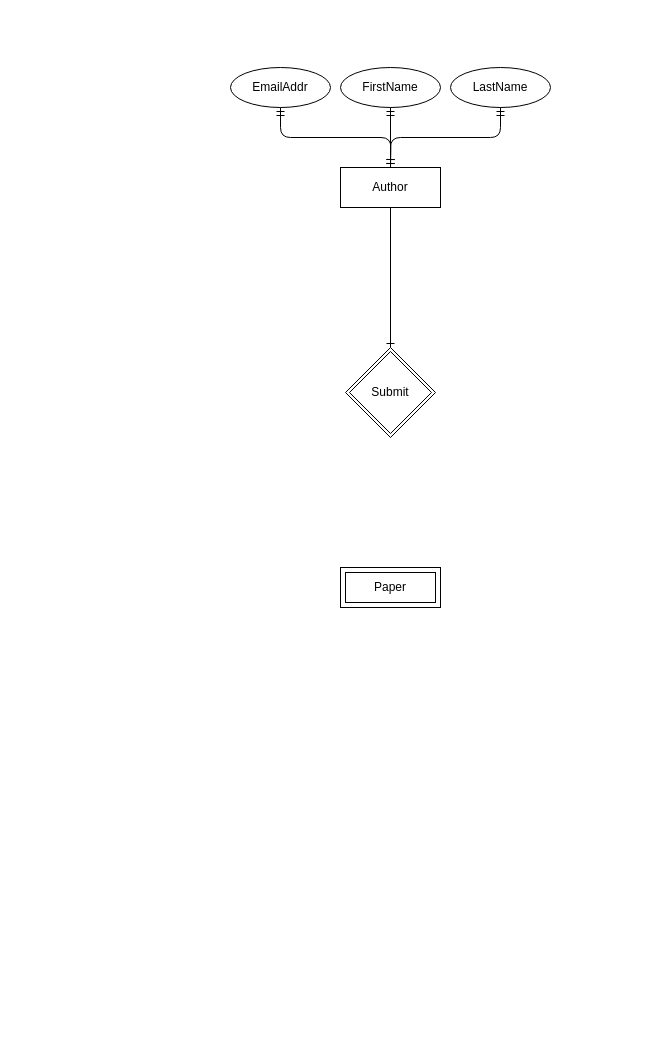
This is basis-data/Tugas BD 1.drawio from Rizqirazkafi/kuliah-y2, a draw.io file, before an edit. Source tidied: cells renumbered, new cells numbered last; positions are measured from the earlier drawing's top-left corner, leaving out a move shared by most shapes. Both pictures are drawn from the tidied source at 100%, with x=0, y=0 at pixel (230, 67).
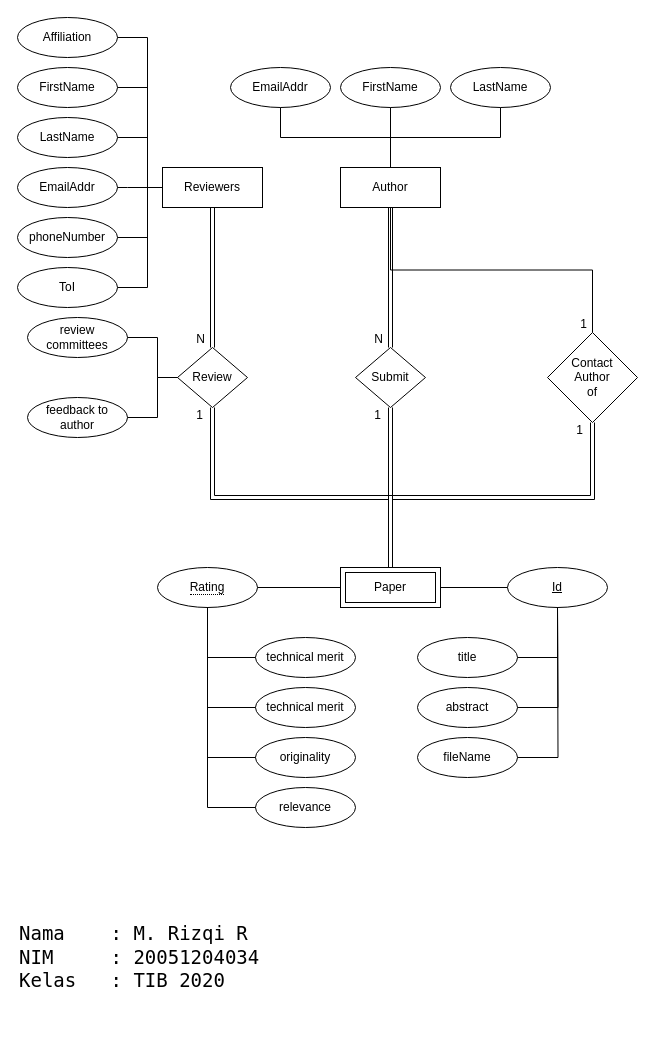
The same page after the edit.

Unchanged cells that the change refers to:
```xml
<mxCell id="2" value="Author" style="whiteSpace=wrap;html=1;align=center;" parent="1" vertex="1">
  <mxGeometry x="110" y="100" width="100" height="40" as="geometry" />
</mxCell>
<mxCell id="3" value="EmailAddr" style="ellipse;whiteSpace=wrap;html=1;align=center;" parent="1" vertex="1">
  <mxGeometry width="100" height="40" as="geometry" />
</mxCell>
<mxCell id="4" value="FirstName" style="ellipse;whiteSpace=wrap;html=1;align=center;" parent="1" vertex="1">
  <mxGeometry x="110" width="100" height="40" as="geometry" />
</mxCell>
<mxCell id="5" value="LastName" style="ellipse;whiteSpace=wrap;html=1;align=center;" parent="1" vertex="1">
  <mxGeometry x="220" width="100" height="40" as="geometry" />
</mxCell>
```

Change to the diagram source:
```diff
@@
-    <mxCell id="6" style="edgeStyle=orthogonalEdgeStyle;fontSize=12;html=1;endArrow=ERmandOne;startArrow=ERmandOne;exitX=0.5;exitY=1;exitDx=0;exitDy=0;" parent="1" edge="1" source="3">
-      <mxGeometry relative="1" as="geometry">
-        <mxPoint x="160" y="100" as="targetPoint" />
-      </mxGeometry>
-    </mxCell>
-    <mxCell id="7" style="fontSize=12;html=1;endArrow=ERmandOne;startArrow=ERmandOne;entryX=0.5;entryY=1;entryDx=0;entryDy=0;exitX=0.5;exitY=0;exitDx=0;exitDy=0;" parent="1" edge="1" source="2" target="4">
-      <mxGeometry relative="1" as="geometry" />
-    </mxCell>
-    <mxCell id="8" style="edgeStyle=orthogonalEdgeStyle;fontSize=12;html=1;endArrow=ERmandOne;startArrow=ERmandOne;exitX=0.5;exitY=0;exitDx=0;exitDy=0;entryX=0.5;entryY=1;entryDx=0;entryDy=0;" parent="1" edge="1" source="2" target="5">
-      <mxGeometry relative="1" as="geometry" />
-    </mxCell>
+    <mxCell id="11" value="Paper" style="shape=ext;margin=3;double=1;whiteSpace=wrap;html=1;align=center;" parent="1" vertex="1">
+      <mxGeometry x="110" y="500" width="100" height="40" as="geometry" />
+    </mxCell>
+    <mxCell id="12" style="endArrow=none;html=1;rounded=0;exitX=0.5;exitY=1;exitDx=0;exitDy=0;entryX=0.5;entryY=0;entryDx=0;entryDy=0;edgeStyle=orthogonalEdgeStyle;" parent="1" edge="1" source="3" target="2">
+      <mxGeometry relative="1" as="geometry" />
+    </mxCell>
+    <mxCell id="13" style="endArrow=none;html=1;rounded=0;exitX=0.5;exitY=1;exitDx=0;exitDy=0;" parent="1" edge="1" source="4">
+      <mxGeometry relative="1" as="geometry">
+        <mxPoint x="160" y="100" as="targetPoint" />
+      </mxGeometry>
+    </mxCell>
+    <mxCell id="14" style="endArrow=none;html=1;rounded=0;exitX=0.5;exitY=1;exitDx=0;exitDy=0;entryX=0.5;entryY=0;entryDx=0;entryDy=0;edgeStyle=orthogonalEdgeStyle;" parent="1" edge="1" source="5" target="2">
+      <mxGeometry relative="1" as="geometry" />
+    </mxCell>
+    <mxCell id="10" style="shape=link;html=1;rounded=0;startArrow=oval;startFill=1;endArrow=oval;endFill=1;exitX=0.5;exitY=1;exitDx=0;exitDy=0;entryX=0.5;entryY=0;entryDx=0;entryDy=0;" parent="1" edge="1" source="2" target="9">
+      <mxGeometry relative="1" as="geometry" />
+    </mxCell>
+    <mxCell id="15" value="N" style="html=1;align=right;verticalAlign=bottom;spacingRight=7;" parent="10" vertex="1">
+      <mxGeometry x="1" relative="1" as="geometry" />
+    </mxCell>
-    <mxCell id="9" value="Submit" style="shape=rhombus;double=1;perimeter=rhombusPerimeter;whiteSpace=wrap;html=1;align=center;" parent="1" vertex="1">
-      <mxGeometry x="115" y="280" width="90" height="90" as="geometry" />
+    <mxCell id="9" value="Submit" style="shape=rhombus;perimeter=rhombusPerimeter;whiteSpace=wrap;html=1;align=center;" parent="1" vertex="1">
+      <mxGeometry x="125" y="280" width="70" height="60" as="geometry" />
     </mxCell>
-    <mxCell id="10" style="fontSize=12;html=1;endArrow=ERone;endFill=1;exitX=0.5;exitY=1;exitDx=0;exitDy=0;entryX=0.5;entryY=0;entryDx=0;entryDy=0;" parent="1" edge="1" source="2" target="9">
-      <mxGeometry relative="1" as="geometry" />
-    </mxCell>
-    <mxCell id="11" value="Paper" style="shape=ext;margin=3;double=1;whiteSpace=wrap;html=1;align=center;" parent="1" vertex="1">
-      <mxGeometry x="110" y="500" width="100" height="40" as="geometry" />
-    </mxCell>
+    <mxCell id="16" value="&lt;div&gt;Contact &lt;br&gt;&lt;/div&gt;&lt;div&gt;Author&lt;/div&gt;&lt;div&gt; of&lt;/div&gt;" style="shape=rhombus;perimeter=rhombusPerimeter;whiteSpace=wrap;html=1;align=center;" parent="1" vertex="1">
+      <mxGeometry x="317" y="265" width="90" height="90" as="geometry" />
+    </mxCell>
+    <mxCell id="17" style="endArrow=none;html=1;rounded=0;exitX=0.5;exitY=1;exitDx=0;exitDy=0;entryX=0.5;entryY=0;entryDx=0;entryDy=0;edgeStyle=orthogonalEdgeStyle;" parent="1" edge="1" source="2" target="16">
+      <mxGeometry relative="1" as="geometry" />
+    </mxCell>
+    <mxCell id="18" value="1" style="html=1;align=right;verticalAlign=bottom;spacingRight=5;" parent="17" vertex="1">
+      <mxGeometry x="1" relative="1" as="geometry" />
+    </mxCell>
+    <mxCell id="19" style="shape=link;html=1;rounded=0;startArrow=oval;startFill=1;endArrow=oval;endFill=1;exitX=0.5;exitY=0;exitDx=0;exitDy=0;entryX=0.5;entryY=1;entryDx=0;entryDy=0;" parent="1" edge="1" source="11" target="9">
+      <mxGeometry relative="1" as="geometry" />
+    </mxCell>
+    <mxCell id="20" value="1" style="html=1;align=right;verticalAlign=bottom;spacingBottom=-16;spacingRight=9;" parent="19" vertex="1">
+      <mxGeometry x="1" relative="1" as="geometry" />
+    </mxCell>
+    <mxCell id="21" style="shape=link;html=1;rounded=0;startArrow=oval;startFill=1;endArrow=oval;endFill=1;exitX=0.5;exitY=0;exitDx=0;exitDy=0;entryX=0.5;entryY=1;entryDx=0;entryDy=0;edgeStyle=orthogonalEdgeStyle;" parent="1" edge="1" target="16">
+      <mxGeometry relative="1" as="geometry">
+        <mxPoint x="160" y="500" as="sourcePoint" />
+        <Array as="points">
+          <mxPoint x="160" y="430" />
+          <mxPoint x="362" y="430" />
+        </Array>
+      </mxGeometry>
+    </mxCell>
+    <mxCell id="22" value="1" style="html=1;align=right;verticalAlign=bottom;spacingTop=0;spacingBottom=-16;spacingRight=9;" parent="21" vertex="1">
+      <mxGeometry x="1" relative="1" as="geometry" />
+    </mxCell>
+    <mxCell id="23" value="&lt;div&gt;Review&lt;/div&gt;" style="shape=rhombus;perimeter=rhombusPerimeter;whiteSpace=wrap;html=1;align=center;" parent="1" vertex="1">
+      <mxGeometry x="-53" y="280" width="70" height="60" as="geometry" />
+    </mxCell>
+    <mxCell id="24" value="Id" style="ellipse;whiteSpace=wrap;html=1;align=center;fontStyle=4;" parent="1" vertex="1">
+      <mxGeometry x="277" y="500" width="100" height="40" as="geometry" />
+    </mxCell>
+    <mxCell id="25" value="title" style="ellipse;whiteSpace=wrap;html=1;align=center;" parent="1" vertex="1">
+      <mxGeometry x="187" y="570" width="100" height="40" as="geometry" />
+    </mxCell>
+    <mxCell id="26" value="abstract" style="ellipse;whiteSpace=wrap;html=1;align=center;" parent="1" vertex="1">
+      <mxGeometry x="187" y="620" width="100" height="40" as="geometry" />
+    </mxCell>
+    <mxCell id="27" value="fileName" style="ellipse;whiteSpace=wrap;html=1;align=center;" parent="1" vertex="1">
+      <mxGeometry x="187" y="670" width="100" height="40" as="geometry" />
+    </mxCell>
+    <mxCell id="28" value="technical merit" style="ellipse;whiteSpace=wrap;html=1;align=center;" parent="1" vertex="1">
+      <mxGeometry x="25" y="570" width="100" height="40" as="geometry" />
+    </mxCell>
+    <mxCell id="29" value="&lt;span style=&quot;border-bottom: 1px dotted&quot;&gt;Rating&lt;br&gt;&lt;/span&gt;" style="ellipse;whiteSpace=wrap;html=1;align=center;" parent="1" vertex="1">
+      <mxGeometry x="-73" y="500" width="100" height="40" as="geometry" />
+    </mxCell>
+    <mxCell id="30" value="technical merit" style="ellipse;whiteSpace=wrap;html=1;align=center;" parent="1" vertex="1">
+      <mxGeometry x="25" y="620" width="100" height="40" as="geometry" />
+    </mxCell>
+    <mxCell id="31" value="originality" style="ellipse;whiteSpace=wrap;html=1;align=center;" parent="1" vertex="1">
+      <mxGeometry x="25" y="670" width="100" height="40" as="geometry" />
+    </mxCell>
+    <mxCell id="32" value="relevance" style="ellipse;whiteSpace=wrap;html=1;align=center;" parent="1" vertex="1">
+      <mxGeometry x="25" y="720" width="100" height="40" as="geometry" />
+    </mxCell>
+    <mxCell id="33" style="endArrow=none;html=1;rounded=0;exitX=1;exitY=0.5;exitDx=0;exitDy=0;entryX=0;entryY=0.5;entryDx=0;entryDy=0;" parent="1" edge="1" source="11" target="24">
+      <mxGeometry relative="1" as="geometry" />
+    </mxCell>
+    <mxCell id="34" style="endArrow=none;html=1;rounded=0;exitX=0;exitY=0.5;exitDx=0;exitDy=0;entryX=1;entryY=0.5;entryDx=0;entryDy=0;edgeStyle=orthogonalEdgeStyle;" parent="1" edge="1" source="11" target="29">
+      <mxGeometry relative="1" as="geometry" />
+    </mxCell>
+    <mxCell id="35" style="shape=link;html=1;rounded=0;startArrow=oval;startFill=1;endArrow=oval;endFill=1;exitX=0.5;exitY=0;exitDx=0;exitDy=0;entryX=0.5;entryY=1;entryDx=0;entryDy=0;edgeStyle=orthogonalEdgeStyle;" parent="1" edge="1" target="23">
+      <mxGeometry relative="1" as="geometry">
+        <mxPoint x="160" y="500" as="sourcePoint" />
+        <Array as="points">
+          <mxPoint x="160" y="430" />
+          <mxPoint x="-18" y="430" />
+        </Array>
+      </mxGeometry>
+    </mxCell>
+    <mxCell id="36" value="1" style="html=1;align=right;verticalAlign=bottom;spacingBottom=-16;spacingRight=9;" parent="35" vertex="1">
+      <mxGeometry x="1" relative="1" as="geometry" />
+    </mxCell>
+    <mxCell id="37" value="review committees" style="ellipse;whiteSpace=wrap;html=1;align=center;" parent="1" vertex="1">
+      <mxGeometry x="-203" y="250" width="100" height="40" as="geometry" />
+    </mxCell>
+    <mxCell id="38" value="feedback to author" style="ellipse;whiteSpace=wrap;html=1;align=center;" parent="1" vertex="1">
+      <mxGeometry x="-203" y="330" width="100" height="40" as="geometry" />
+    </mxCell>
+    <mxCell id="39" style="endArrow=none;html=1;rounded=0;exitX=1;exitY=0.5;exitDx=0;exitDy=0;entryX=0;entryY=0.5;entryDx=0;entryDy=0;edgeStyle=orthogonalEdgeStyle;" parent="1" edge="1" source="37" target="23">
+      <mxGeometry relative="1" as="geometry">
+        <Array as="points">
+          <mxPoint x="-73" y="270" />
+          <mxPoint x="-73" y="310" />
+        </Array>
+      </mxGeometry>
+    </mxCell>
+    <mxCell id="40" style="endArrow=none;html=1;rounded=0;exitX=1;exitY=0.5;exitDx=0;exitDy=0;entryX=0;entryY=0.5;entryDx=0;entryDy=0;edgeStyle=orthogonalEdgeStyle;" parent="1" edge="1" source="38">
+      <mxGeometry relative="1" as="geometry">
+        <mxPoint x="-53" y="310" as="targetPoint" />
+        <Array as="points">
+          <mxPoint x="-73" y="350" />
+          <mxPoint x="-73" y="310" />
+        </Array>
+      </mxGeometry>
+    </mxCell>
+    <mxCell id="41" value="Reviewers" style="whiteSpace=wrap;html=1;align=center;" parent="1" vertex="1">
+      <mxGeometry x="-68" y="100" width="100" height="40" as="geometry" />
+    </mxCell>
+    <mxCell id="42" value="FirstName" style="ellipse;whiteSpace=wrap;html=1;align=center;" parent="1" vertex="1">
+      <mxGeometry x="-213" width="100" height="40" as="geometry" />
+    </mxCell>
+    <mxCell id="43" value="LastName" style="ellipse;whiteSpace=wrap;html=1;align=center;" parent="1" vertex="1">
+      <mxGeometry x="-213" y="50" width="100" height="40" as="geometry" />
+    </mxCell>
+    <mxCell id="44" value="EmailAddr" style="ellipse;whiteSpace=wrap;html=1;align=center;" parent="1" vertex="1">
+      <mxGeometry x="-213" y="100" width="100" height="40" as="geometry" />
+    </mxCell>
+    <mxCell id="45" value="phoneNumber" style="ellipse;whiteSpace=wrap;html=1;align=center;" parent="1" vertex="1">
+      <mxGeometry x="-213" y="150" width="100" height="40" as="geometry" />
+    </mxCell>
+    <mxCell id="46" value="ToI" style="ellipse;whiteSpace=wrap;html=1;align=center;" parent="1" vertex="1">
+      <mxGeometry x="-213" y="200" width="100" height="40" as="geometry" />
+    </mxCell>
+    <mxCell id="47" style="endArrow=none;html=1;rounded=0;exitX=1;exitY=0.5;exitDx=0;exitDy=0;edgeStyle=orthogonalEdgeStyle;" parent="1" edge="1" source="42" target="41">
+      <mxGeometry relative="1" as="geometry">
+        <Array as="points">
+          <mxPoint x="-83" y="20" />
+          <mxPoint x="-83" y="120" />
+        </Array>
+      </mxGeometry>
+    </mxCell>
+    <mxCell id="48" style="endArrow=none;html=1;rounded=0;exitX=1;exitY=0.5;exitDx=0;exitDy=0;edgeStyle=orthogonalEdgeStyle;" parent="1" edge="1" source="43">
+      <mxGeometry relative="1" as="geometry">
+        <mxPoint x="-68" y="120" as="targetPoint" />
+        <Array as="points">
+          <mxPoint x="-83" y="70" />
+          <mxPoint x="-83" y="120" />
+        </Array>
+      </mxGeometry>
+    </mxCell>
+    <mxCell id="49" style="endArrow=none;html=1;rounded=0;exitX=1;exitY=0.5;exitDx=0;exitDy=0;edgeStyle=orthogonalEdgeStyle;" parent="1" edge="1" source="44">
+      <mxGeometry relative="1" as="geometry">
+        <mxPoint x="-68" y="120" as="targetPoint" />
+        <Array as="points">
+          <mxPoint x="-103" y="120" />
+          <mxPoint x="-103" y="120" />
+        </Array>
+      </mxGeometry>
+    </mxCell>
+    <mxCell id="50" style="endArrow=none;html=1;rounded=0;exitX=1;exitY=0.5;exitDx=0;exitDy=0;edgeStyle=orthogonalEdgeStyle;" parent="1" edge="1" source="45">
+      <mxGeometry relative="1" as="geometry">
+        <mxPoint x="-68" y="120" as="targetPoint" />
+        <Array as="points">
+          <mxPoint x="-83" y="170" />
+          <mxPoint x="-83" y="120" />
+        </Array>
+      </mxGeometry>
+    </mxCell>
+    <mxCell id="51" style="endArrow=none;html=1;rounded=0;exitX=1;exitY=0.5;exitDx=0;exitDy=0;edgeStyle=orthogonalEdgeStyle;" parent="1" edge="1" source="46">
+      <mxGeometry relative="1" as="geometry">
+        <mxPoint x="-68" y="120" as="targetPoint" />
+        <Array as="points">
+          <mxPoint x="-83" y="220" />
+          <mxPoint x="-83" y="120" />
+        </Array>
+      </mxGeometry>
+    </mxCell>
+    <mxCell id="52" value="Affiliation" style="ellipse;whiteSpace=wrap;html=1;align=center;" parent="1" vertex="1">
+      <mxGeometry x="-213" y="-50" width="100" height="40" as="geometry" />
+    </mxCell>
+    <mxCell id="53" style="endArrow=none;html=1;rounded=0;exitX=1;exitY=0.5;exitDx=0;exitDy=0;edgeStyle=orthogonalEdgeStyle;" parent="1" edge="1" source="52">
+      <mxGeometry relative="1" as="geometry">
+        <mxPoint x="-68" y="120" as="targetPoint" />
+        <Array as="points">
+          <mxPoint x="-83" y="-30" />
+          <mxPoint x="-83" y="120" />
+        </Array>
+      </mxGeometry>
+    </mxCell>
+    <mxCell id="54" style="shape=link;html=1;rounded=0;startArrow=oval;startFill=1;endArrow=oval;endFill=1;exitX=0.5;exitY=1;exitDx=0;exitDy=0;entryX=0.5;entryY=0;entryDx=0;entryDy=0;" parent="1" edge="1" source="41" target="23">
+      <mxGeometry relative="1" as="geometry" />
+    </mxCell>
+    <mxCell id="55" value="N" style="html=1;align=right;verticalAlign=bottom;spacingRight=7;" parent="54" vertex="1">
+      <mxGeometry x="1" relative="1" as="geometry" />
+    </mxCell>
+    <mxCell id="56" style="endArrow=none;html=1;rounded=0;exitX=0.5;exitY=1;exitDx=0;exitDy=0;entryX=0;entryY=0.5;entryDx=0;entryDy=0;edgeStyle=orthogonalEdgeStyle;" parent="1" edge="1" source="29" target="28">
+      <mxGeometry relative="1" as="geometry" />
+    </mxCell>
+    <mxCell id="57" style="endArrow=none;html=1;rounded=0;exitX=0.5;exitY=1;exitDx=0;exitDy=0;entryX=0;entryY=0.5;entryDx=0;entryDy=0;edgeStyle=orthogonalEdgeStyle;" parent="1" edge="1" target="30">
+      <mxGeometry relative="1" as="geometry">
+        <mxPoint x="-23" y="540" as="sourcePoint" />
+        <Array as="points">
+          <mxPoint x="-23" y="640" />
+        </Array>
+      </mxGeometry>
+    </mxCell>
+    <mxCell id="58" style="endArrow=none;html=1;rounded=0;exitX=0.5;exitY=1;exitDx=0;exitDy=0;entryX=0;entryY=0.5;entryDx=0;entryDy=0;edgeStyle=orthogonalEdgeStyle;" parent="1" edge="1" target="31">
+      <mxGeometry relative="1" as="geometry">
+        <mxPoint x="-23" y="540" as="sourcePoint" />
+        <Array as="points">
+          <mxPoint x="-23" y="690" />
+        </Array>
+      </mxGeometry>
+    </mxCell>
+    <mxCell id="59" style="endArrow=none;html=1;rounded=0;exitX=0.5;exitY=1;exitDx=0;exitDy=0;entryX=0;entryY=0.5;entryDx=0;entryDy=0;edgeStyle=orthogonalEdgeStyle;" parent="1" edge="1" target="32">
+      <mxGeometry relative="1" as="geometry">
+        <mxPoint x="-23" y="540" as="sourcePoint" />
+        <Array as="points">
+          <mxPoint x="-23" y="740" />
+        </Array>
+      </mxGeometry>
+    </mxCell>
+    <mxCell id="60" style="endArrow=none;html=1;rounded=0;exitX=1;exitY=0.5;exitDx=0;exitDy=0;entryX=0.5;entryY=1;entryDx=0;entryDy=0;edgeStyle=orthogonalEdgeStyle;" parent="1" edge="1" source="25" target="24">
+      <mxGeometry relative="1" as="geometry" />
+    </mxCell>
+    <mxCell id="61" style="endArrow=none;html=1;rounded=0;exitX=1;exitY=0.5;exitDx=0;exitDy=0;entryX=0.5;entryY=1;entryDx=0;entryDy=0;edgeStyle=orthogonalEdgeStyle;" parent="1" edge="1" source="26">
+      <mxGeometry relative="1" as="geometry">
+        <mxPoint x="327" y="540" as="targetPoint" />
+      </mxGeometry>
+    </mxCell>
+    <mxCell id="62" style="endArrow=none;html=1;rounded=0;exitX=1;exitY=0.5;exitDx=0;exitDy=0;entryX=0.5;entryY=1;entryDx=0;entryDy=0;edgeStyle=orthogonalEdgeStyle;" parent="1" edge="1" source="27">
+      <mxGeometry relative="1" as="geometry">
+        <mxPoint x="327" y="540" as="targetPoint" />
+      </mxGeometry>
+    </mxCell>
+    <mxCell id="63" value="&lt;div style=&quot;font-size: 19px&quot;&gt;&lt;font style=&quot;font-size: 19px&quot; face=&quot;Lucida Console&quot;&gt;Nama&amp;nbsp;&amp;nbsp;&amp;nbsp; : M. Rizqi R&lt;/font&gt;&lt;/div&gt;&lt;div style=&quot;font-size: 19px&quot;&gt;&lt;font style=&quot;font-size: 19px&quot; face=&quot;Lucida Console&quot;&gt;NIM&amp;nbsp;&amp;nbsp;&amp;nbsp;&amp;nbsp; : 20051204034&lt;br&gt;Kelas&amp;nbsp;&amp;nbsp; : TIB 2020&lt;br&gt;&lt;/font&gt;&lt;/div&gt;" style="text;html=1;strokeColor=none;fillColor=none;align=left;verticalAlign=middle;whiteSpace=wrap;rounded=0;" parent="1" vertex="1">
+      <mxGeometry x="-213" y="810" width="260" height="160" as="geometry" />
+    </mxCell>
```
